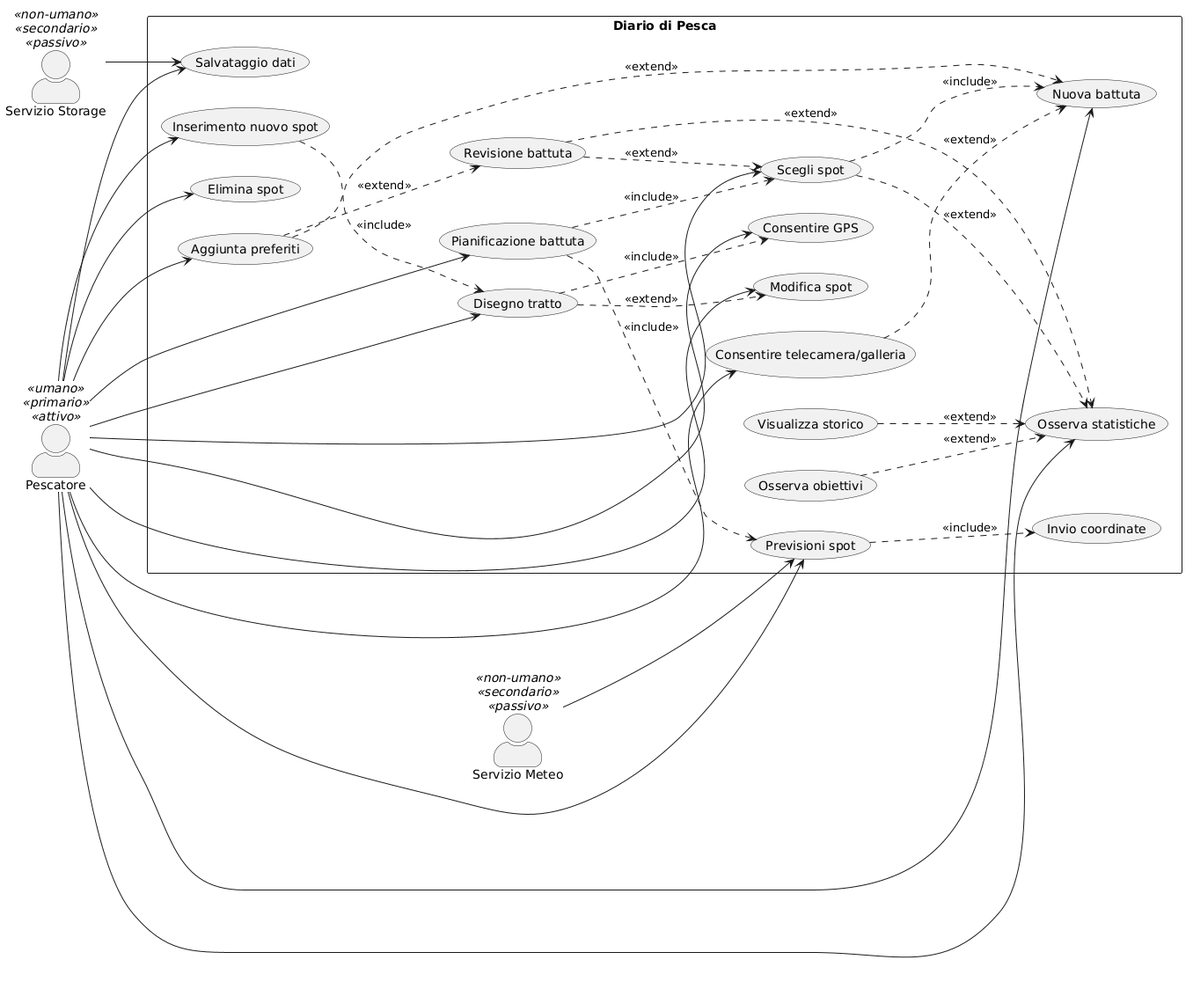
This is docs/casiD_UsoPrincipali.png from LocaCele04/LC_Tesi, a PlantUML export, as it was before one commit.
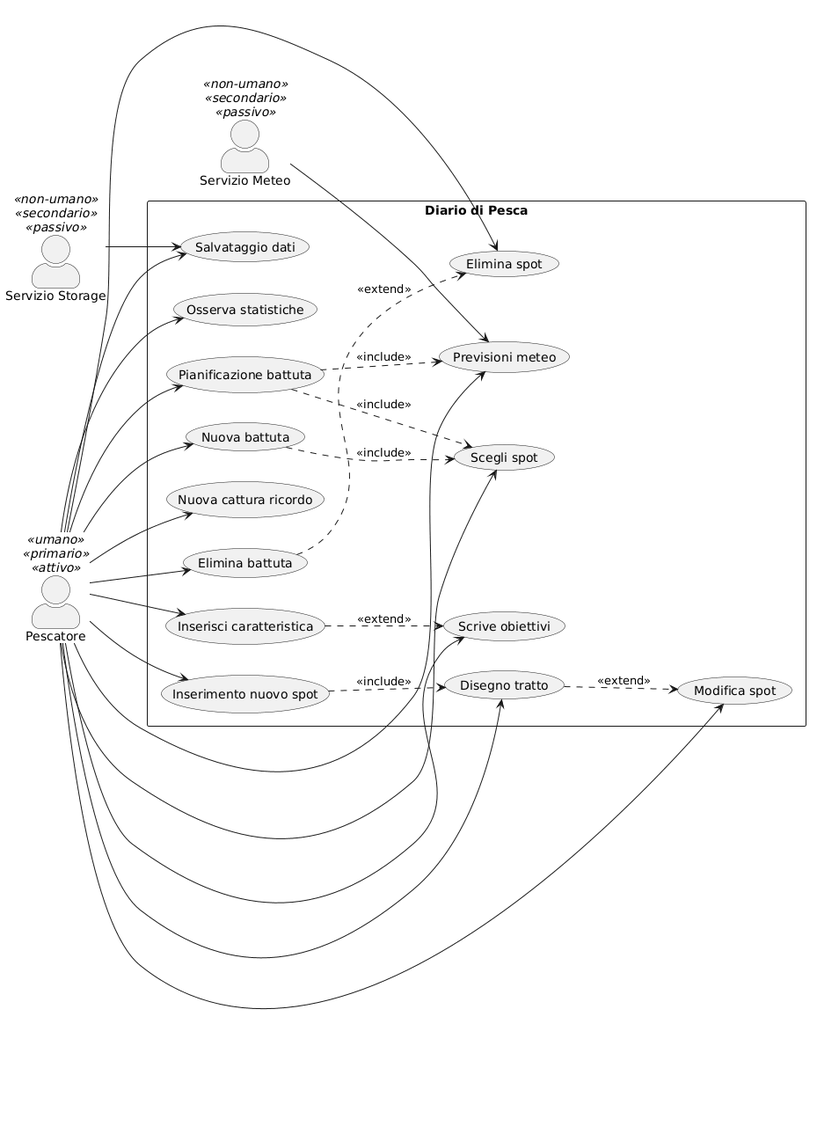
After the change.

Commit message:
rimodellizzazione uml casi d'uso

apportate modifiche per nuove idee sulla struttura dell'app, semplificato il diagramma rimuovendo alcuni casi d'uso poco significativi

Change to the diagram source:
```diff
@@ -8,43 +8,30 @@
 actor "Servizio Storage" as Storage <<non-umano>> <<secondario>> <<passivo>>
 
 rectangle "Diario di Pesca" {
-	usecase "Consentire telecamera/galleria" as UC_AccessoFoto
-	usecase "Consentire GPS" as UC_AccessoPosizione
 	usecase "Disegno tratto" as UC_DisegnoTratto
-	usecase "Invio coordinate" as UC_InvioCoordinate
-	usecase "Previsioni spot" as UC_Previsioni
+	usecase "Elimina battuta" as UC_EliminaBattuta
+	usecase "Inserisci caratteristica" as UC_NuovaCaratteristica
+	usecase "Scrive obiettivi" as UC_NuovoObiettivo
+	usecase "Previsioni meteo" as UC_Previsioni
 	usecase "Inserimento nuovo spot" as UC_NuovoSpot
 	usecase "Modifica spot" as UC_ModificaSpot
 	usecase "Scegli spot" as UC_SceltaSpot
+	usecase "Osserva statistiche" as UC_Statistiche
 	usecase "Elimina spot" as UC_EliminaSpot
-	usecase "Osserva statistiche" as UC_Statistiche
-	usecase "Osserva obiettivi" as UC_Obiettivi
-	usecase "Revisione battuta" as UC_RevisioneBattuta
-	usecase "Visualizza storico" as UC_Storico
 	usecase "Salvataggio dati" as UC_Backup
 	usecase "Nuova battuta" as UC_NuovaBattuta
-	usecase "Aggiunta preferiti" as UC_AggiuntaPreferiti
 	usecase "Pianificazione battuta" as UC_Pianificazione
+	usecase "Nuova cattura ricordo" as UC_CatturaMemorabile
 
 
 
-	UC_Previsioni ..> UC_InvioCoordinate : <<include>>
 	UC_NuovoSpot ..> UC_DisegnoTratto : <<include>>
 	UC_DisegnoTratto ..> UC_ModificaSpot : <<extend>>
-	UC_SceltaSpot ..> UC_Statistiche : <<extend>>
-	UC_Obiettivi ..> UC_Statistiche : <<extend>>
-	UC_RevisioneBattuta ..> UC_Statistiche : <<extend>>
-	UC_RevisioneBattuta ..> UC_SceltaSpot : <<extend>>
-	UC_Storico ..> UC_Statistiche : <<extend>>
-	UC_SceltaSpot ..> UC_NuovaBattuta : <<include>>
-	UC_AccessoFoto ..> UC_NuovaBattuta : <<extend>>
-	UC_AggiuntaPreferiti ..> UC_NuovaBattuta : <<extend>>
-	UC_AggiuntaPreferiti ..> UC_RevisioneBattuta : <<extend>>
+	UC_NuovaBattuta ..> UC_SceltaSpot : <<include>>
 	UC_Pianificazione ..> UC_Previsioni : <<include>>
 	UC_Pianificazione ..> UC_SceltaSpot : <<include>>
-	UC_DisegnoTratto ..> UC_AccessoPosizione : <<include>>
-
-
+	UC_NuovaCaratteristica ..> UC_NuovoObiettivo : <<extend>>
+	UC_EliminaBattuta ..> UC_EliminaSpot : <<extend>>
 
 
 
@@ -54,17 +41,18 @@
 
 	Meteo --> UC_Previsioni
 	Storage --> UC_Backup
-	Pescatore --> UC_AccessoFoto
-	Pescatore --> UC_AccessoPosizione
-	Pescatore --> UC_DisegnoTratto
 	Pescatore --> UC_NuovoSpot
 	Pescatore --> UC_ModificaSpot
 	Pescatore --> UC_SceltaSpot
 	Pescatore --> UC_EliminaSpot
 	Pescatore --> UC_Statistiche
 	Pescatore --> UC_Backup
+	Pescatore --> UC_EliminaBattuta
+	Pescatore --> UC_DisegnoTratto
+	Pescatore --> UC_CatturaMemorabile
+	Pescatore --> UC_NuovaCaratteristica
 	Pescatore --> UC_NuovaBattuta
-	Pescatore --> UC_AggiuntaPreferiti
 	Pescatore --> UC_Pianificazione
+	Pescatore --> UC_NuovoObiettivo
 	Pescatore --> UC_Previsioni
 @enduml
```
